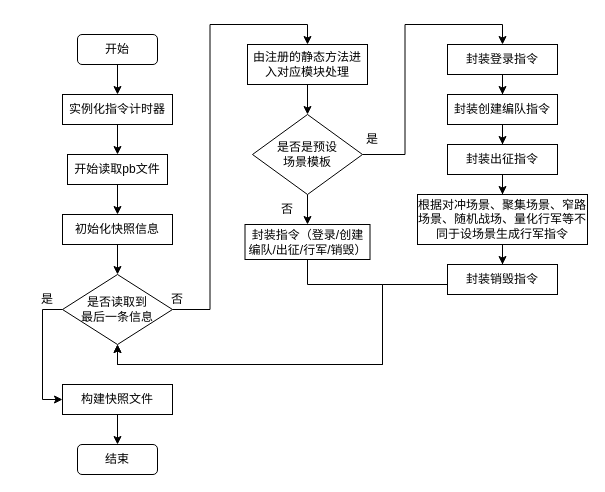
Earlier version of the draw.io diagram 配置快照文件读取解析流程.drawio (Carol9s/Drawing). Source tidied: cells renumbered, new cells numbered last; positions are measured from the earlier drawing's top-left corner, leaving out a move shared by most shapes. Both pictures are drawn from the tidied source at 100%, with x=0, y=0 at pixel (17, 34).
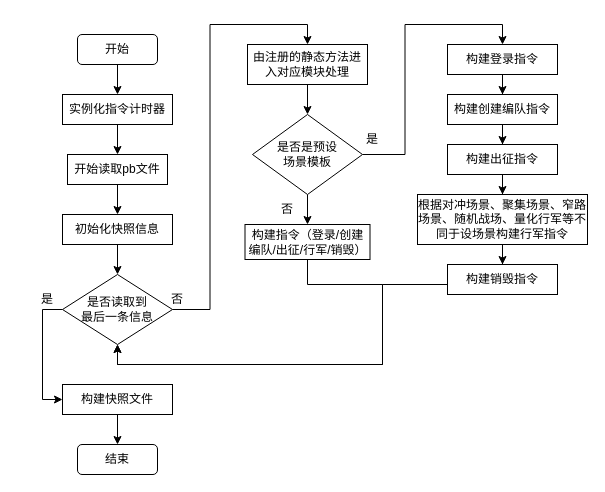
The same page after the edit.

Commit message:
更新配置快照文件读取解析流程.drawio

Change to the diagram source:
```diff
@@
-    <mxCell id="19" value="封装登录指令" style="rounded=0;whiteSpace=wrap;html=1;" parent="1" vertex="1">
+    <mxCell id="19" value="构建登录指令" style="rounded=0;whiteSpace=wrap;html=1;" parent="1" vertex="1">
       <mxGeometry x="430" y="10" width="110" height="30" as="geometry" />
     </mxCell>
@@
-    <mxCell id="21" value="封装创建编队指令" style="rounded=0;whiteSpace=wrap;html=1;" parent="1" vertex="1">
+    <mxCell id="21" value="构建创建编队指令" style="rounded=0;whiteSpace=wrap;html=1;" parent="1" vertex="1">
       <mxGeometry x="430" y="60" width="110" height="30" as="geometry" />
     </mxCell>
@@
-    <mxCell id="23" value="根据对冲场景、聚集场景、窄路场景、随机战场、量化行军等不同于设场景生成行军指令" style="rounded=0;whiteSpace=wrap;html=1;" parent="1" vertex="1">
+    <mxCell id="23" value="根据对冲场景、聚集场景、窄路场景、随机战场、量化行军等不同于设场景构建行军指令" style="rounded=0;whiteSpace=wrap;html=1;" parent="1" vertex="1">
       <mxGeometry x="400" y="160" width="170" height="50" as="geometry" />
     </mxCell>
@@
-    <mxCell id="25" value="封装出征指令" style="rounded=0;whiteSpace=wrap;html=1;" parent="1" vertex="1">
+    <mxCell id="25" value="构建出征指令" style="rounded=0;whiteSpace=wrap;html=1;" parent="1" vertex="1">
       <mxGeometry x="430" y="110" width="110" height="30" as="geometry" />
     </mxCell>
@@
-    <mxCell id="27" value="封装销毁指令" style="rounded=0;whiteSpace=wrap;html=1;" parent="1" vertex="1">
+    <mxCell id="27" value="构建销毁指令" style="rounded=0;whiteSpace=wrap;html=1;" parent="1" vertex="1">
       <mxGeometry x="430" y="230" width="110" height="30" as="geometry" />
     </mxCell>
@@
-    <mxCell id="29" value="封装指令（登录/创建编队/出征/行军/销毁）" style="rounded=0;whiteSpace=wrap;html=1;" parent="1" vertex="1">
+    <mxCell id="29" value="构建指令（登录/创建编队/出征/行军/销毁）" style="rounded=0;whiteSpace=wrap;html=1;" parent="1" vertex="1">
       <mxGeometry x="227.5" y="190" width="125" height="35" as="geometry" />
     </mxCell>
```
